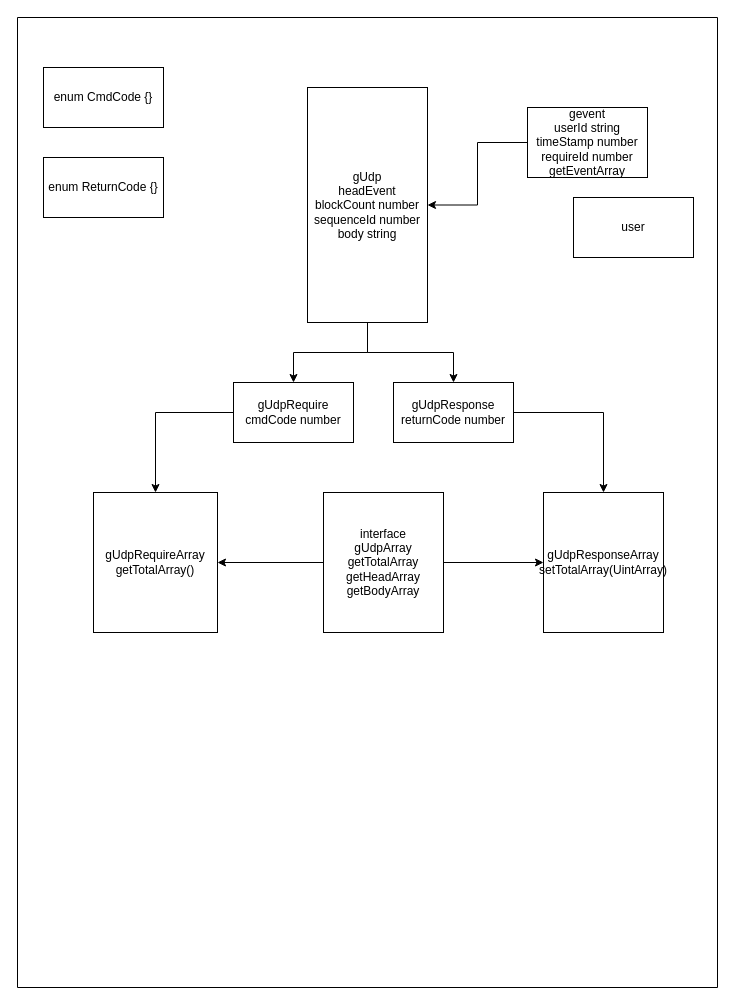
The draw.io diagram Untitled Diagram.drawio in 605682883/flowPhoto, before the edit. Source tidied: cells renumbered, new cells numbered last; positions are measured from the earlier drawing's top-left corner, leaving out a move shared by most shapes. Both pictures are drawn from the tidied source at 100%, with x=0, y=0 at pixel (17, 17).
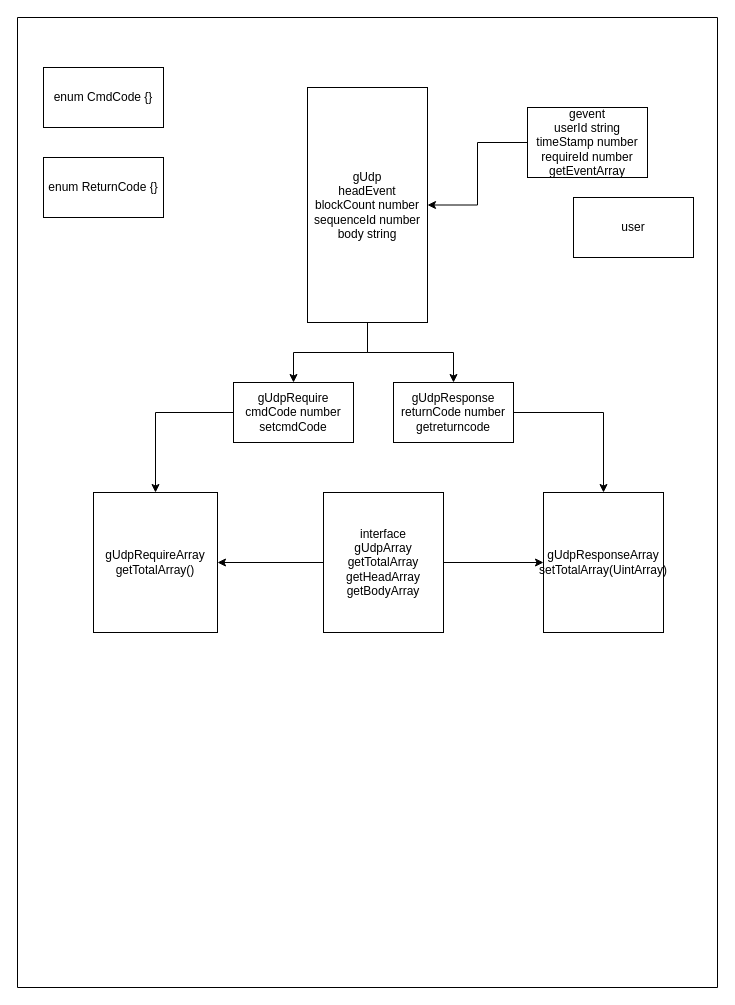
The same page after the edit.

Change to the diagram source:
```diff
@@
 <mxGraphModel>
   <root>
     <mxCell id="0" />
     <mxCell id="1" parent="0" />
     <mxCell id="2" style="swimlane;startSize=0;" parent="1" vertex="1">
       <mxGeometry width="700" height="970" as="geometry" />
     </mxCell>
     <mxCell id="3" value="user" style="rounded=0;whiteSpace=wrap;html=1;" parent="2" vertex="1">
       <mxGeometry x="556" y="180" width="120" height="60" as="geometry" />
     </mxCell>
     <mxCell id="4" style="edgeStyle=orthogonalEdgeStyle;rounded=0;jettySize=auto;html=1;" parent="2" edge="1" source="6" target="16">
       <mxGeometry relative="1" as="geometry" />
     </mxCell>
     <mxCell id="5" style="edgeStyle=orthogonalEdgeStyle;rounded=0;jettySize=auto;html=1;" parent="2" edge="1" source="6" target="17">
       <mxGeometry relative="1" as="geometry" />
     </mxCell>
     <mxCell id="6" value="interface&lt;br&gt;gUdpArray&lt;br&gt;getTotalArray&lt;br&gt;getHeadArray&lt;br&gt;getBodyArray" style="rounded=0;whiteSpace=wrap;html=1;" parent="2" vertex="1">
       <mxGeometry x="306" y="475" width="120" height="140" as="geometry" />
     </mxCell>
     <mxCell id="7" style="edgeStyle=orthogonalEdgeStyle;rounded=0;jettySize=auto;html=1;entryX=1;entryY=0.5;entryDx=0;entryDy=0;" parent="2" edge="1" source="8" target="11">
       <mxGeometry relative="1" as="geometry" />
     </mxCell>
     <mxCell id="8" value="gevent&lt;br&gt;userId string&lt;br&gt;timeStamp number&lt;br&gt;requireId number&lt;br&gt;getEventArray" style="rounded=0;whiteSpace=wrap;html=1;" parent="2" vertex="1">
       <mxGeometry x="510" y="90" width="120" height="70" as="geometry" />
     </mxCell>
     <mxCell id="9" style="edgeStyle=orthogonalEdgeStyle;rounded=0;jettySize=auto;html=1;" parent="2" edge="1" source="11" target="13">
       <mxGeometry relative="1" as="geometry" />
     </mxCell>
     <mxCell id="10" style="edgeStyle=orthogonalEdgeStyle;rounded=0;jettySize=auto;html=1;" parent="2" edge="1" source="11" target="15">
       <mxGeometry relative="1" as="geometry" />
     </mxCell>
     <mxCell id="11" value="gUdp&lt;br&gt;headEvent&lt;br&gt;blockCount number&lt;br&gt;sequenceId number&lt;br&gt;body string" style="rounded=0;whiteSpace=wrap;html=1;" parent="2" vertex="1">
       <mxGeometry x="290" y="70" width="120" height="235" as="geometry" />
     </mxCell>
     <mxCell id="12" style="edgeStyle=orthogonalEdgeStyle;rounded=0;jettySize=auto;html=1;entryX=0.5;entryY=0;entryDx=0;entryDy=0;" parent="2" edge="1" source="13" target="16">
       <mxGeometry relative="1" as="geometry" />
     </mxCell>
-    <mxCell id="13" value="&lt;span&gt;gUdpRequire&lt;br&gt;cmdCode number&lt;/span&gt;" style="rounded=0;whiteSpace=wrap;html=1;" parent="2" vertex="1">
+    <mxCell id="13" value="&lt;span&gt;gUdpRequire&lt;br&gt;cmdCode number&lt;br&gt;setcmdCode&lt;br&gt;&lt;/span&gt;" style="rounded=0;whiteSpace=wrap;html=1;" parent="2" vertex="1">
       <mxGeometry x="216" y="365" width="120" height="60" as="geometry" />
     </mxCell>
     <mxCell id="14" style="edgeStyle=orthogonalEdgeStyle;rounded=0;jettySize=auto;html=1;entryX=0.5;entryY=0;entryDx=0;entryDy=0;" parent="2" edge="1" source="15" target="17">
       <mxGeometry relative="1" as="geometry" />
     </mxCell>
-    <mxCell id="15" value="&lt;span&gt;gUdpResponse&lt;br&gt;returnCode number&lt;/span&gt;" style="rounded=0;whiteSpace=wrap;html=1;" parent="2" vertex="1">
+    <mxCell id="15" value="&lt;span&gt;gUdpResponse&lt;br&gt;returnCode number&lt;br&gt;getreturncode&lt;br&gt;&lt;/span&gt;" style="rounded=0;whiteSpace=wrap;html=1;" parent="2" vertex="1">
       <mxGeometry x="376" y="365" width="120" height="60" as="geometry" />
     </mxCell>
     <mxCell id="16" value="gUdpRequireArray&lt;br&gt;getTotalArray()" style="rounded=0;whiteSpace=wrap;html=1;" parent="2" vertex="1">
       <mxGeometry x="76" y="475" width="124" height="140" as="geometry" />
     </mxCell>
     <mxCell id="17" value="gUdpResponseArray&lt;br&gt;setTotalArray(UintArray)" style="rounded=0;whiteSpace=wrap;html=1;" parent="2" vertex="1">
       <mxGeometry x="526" y="475" width="120" height="140" as="geometry" />
     </mxCell>
     <mxCell id="18" value="enum CmdCode {}" style="rounded=0;whiteSpace=wrap;html=1;" parent="2" vertex="1">
       <mxGeometry x="26" y="50" width="120" height="60" as="geometry" />
     </mxCell>
     <mxCell id="19" value="enum ReturnCode {}" style="rounded=0;whiteSpace=wrap;html=1;" parent="2" vertex="1">
       <mxGeometry x="26" y="140" width="120" height="60" as="geometry" />
     </mxCell>
   </root>
 </mxGraphModel>
```
